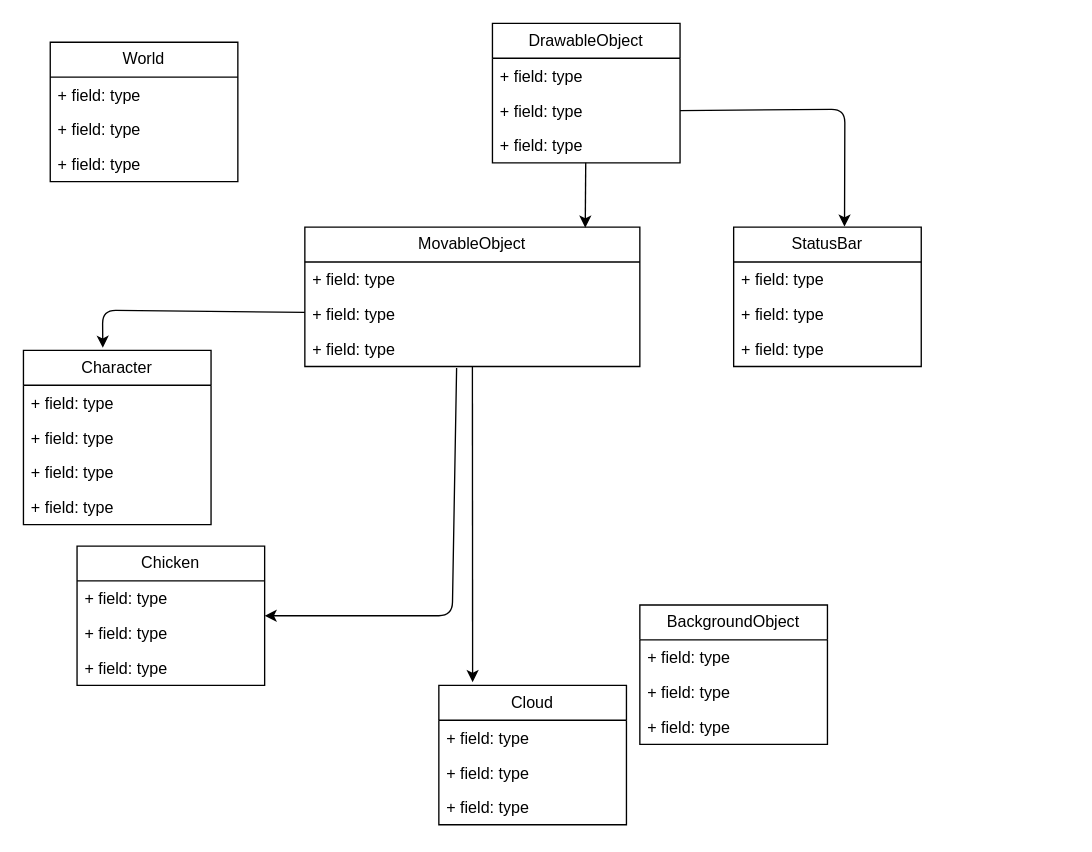
Earlier version of the draw.io diagram test.drawio (mapalummi/El-Pollo-Loco). Source tidied: cells renumbered, new cells numbered last; positions are measured from the earlier drawing's top-left corner, leaving out a move shared by most shapes. Both pictures are drawn from the tidied source at 134%, with x=0, y=0 at pixel (23, 23).
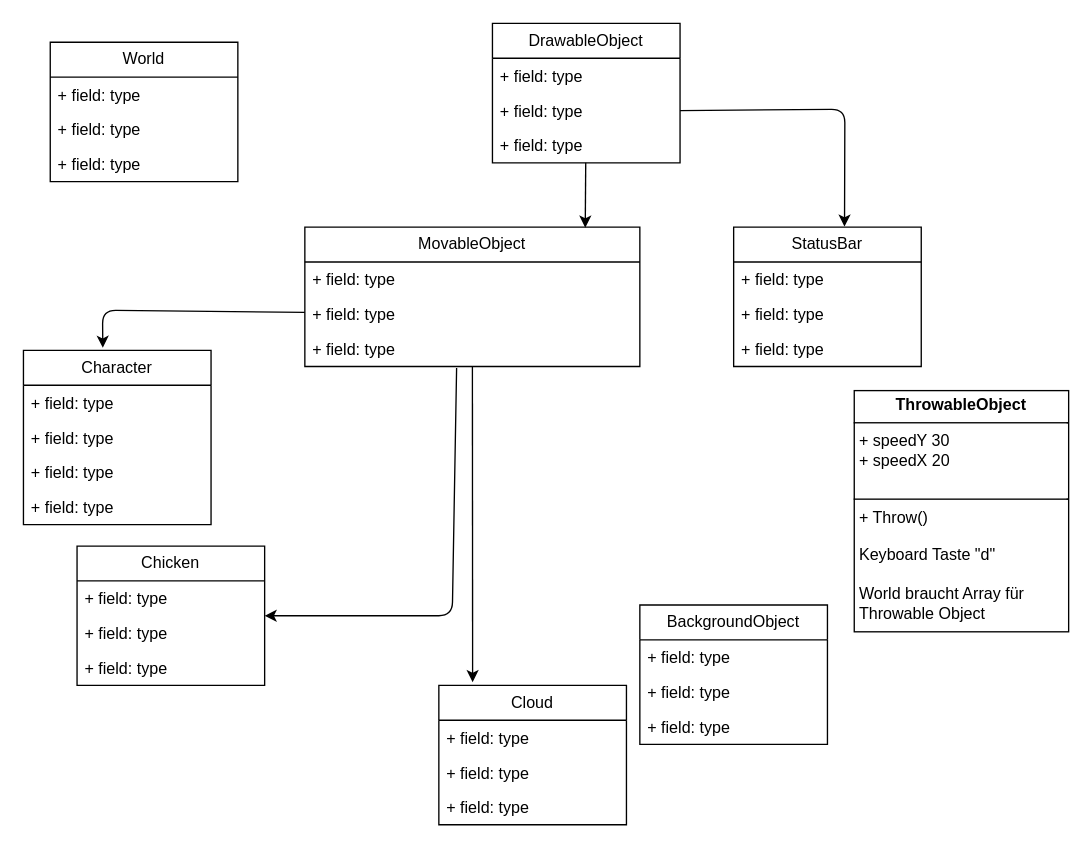
The same diagram, later.

Commit message (it also covers changes not shown here):
Add ThrowableObject class and implement throwing mechanics; update keyboard handling for throwing action

What changed in the source:
```diff
@@
+    <mxCell id="40" value="&lt;p style=&quot;margin:0px;margin-top:4px;text-align:center;&quot;&gt;&lt;b&gt;ThrowableObject&lt;/b&gt;&lt;/p&gt;&lt;hr size=&quot;1&quot; style=&quot;border-style:solid;&quot;&gt;&lt;p style=&quot;margin:0px;margin-left:4px;&quot;&gt;&lt;span style=&quot;background-color: transparent;&quot;&gt;+ speedY 30&lt;/span&gt;&lt;/p&gt;&lt;p style=&quot;margin:0px;margin-left:4px;&quot;&gt;+ speedX 20&lt;/p&gt;&lt;p style=&quot;margin:0px;margin-left:4px;&quot;&gt;&lt;br&gt;&lt;/p&gt;&lt;hr size=&quot;1&quot; style=&quot;border-style:solid;&quot;&gt;&lt;p style=&quot;margin:0px;margin-left:4px;&quot;&gt;+ Throw()&lt;/p&gt;&lt;p style=&quot;margin:0px;margin-left:4px;&quot;&gt;&lt;br&gt;&lt;/p&gt;&lt;p style=&quot;margin:0px;margin-left:4px;&quot;&gt;Keyboard Taste &quot;d&quot;&lt;/p&gt;&lt;p style=&quot;margin:0px;margin-left:4px;&quot;&gt;&lt;br&gt;&lt;/p&gt;&lt;p style=&quot;margin:0px;margin-left:4px;&quot;&gt;World braucht Array für Throwable Object&lt;/p&gt;" style="verticalAlign=top;align=left;overflow=fill;html=1;whiteSpace=wrap;" parent="1" vertex="1">
+      <mxGeometry x="620" y="274" width="160" height="180" as="geometry" />
+    </mxCell>
```
